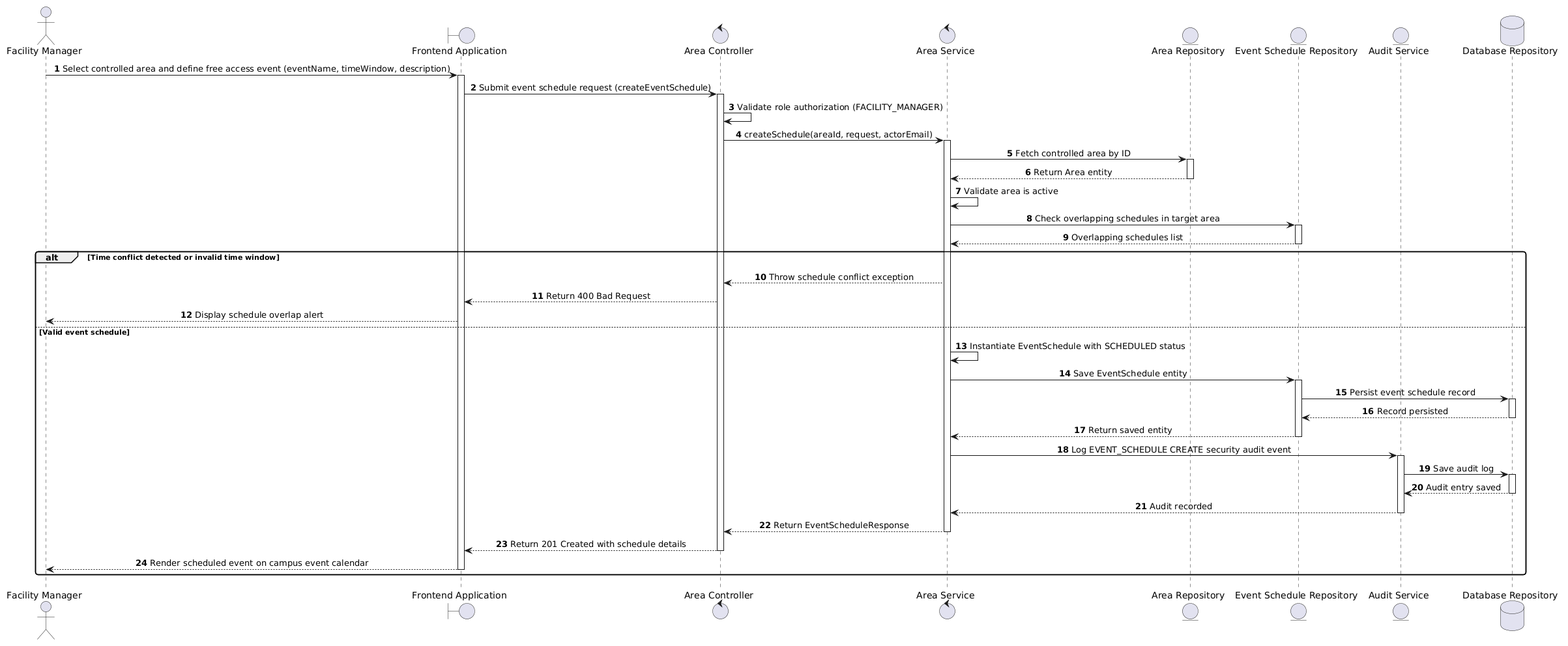
This is docs/diagrams/seq_3.9.1.png from AnhHao2505/AI-Based-Intelligent-Campus-Security-Surveillance-System, a PlantUML export, as it was before one commit.
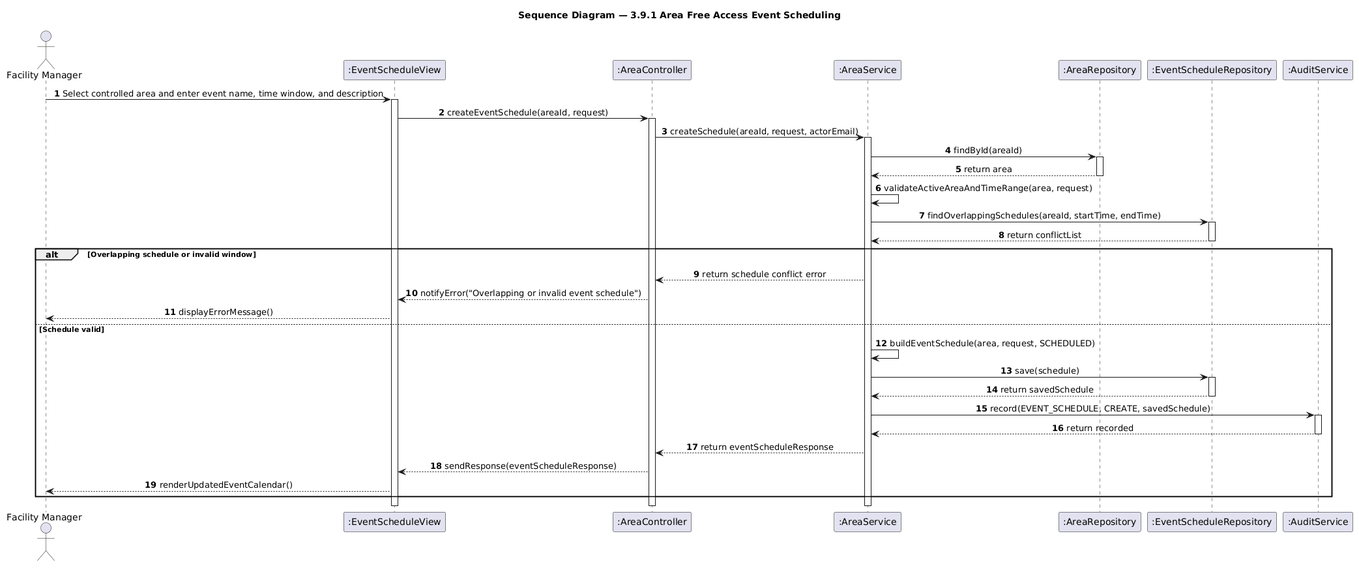
The same file after the commit.

What changed in the source:
```diff
@@ -1,70 +1,55 @@
 @startuml
 skinparam shadowing false
-skinparam monochrome false
-skinparam roundcorner 8
-skinparam defaultFontName Arial
 skinparam sequenceMessageAlign center
-
 autonumber
 
+title Sequence Diagram — 3.9.1 Area Free Access Event Scheduling
+
 actor "Facility Manager" as FM
-boundary "Frontend Application" as App
-control "Area Controller" as Controller
-control "Area Service" as Service
-entity "Area Repository" as AreaRepo
-entity "Event Schedule Repository" as ScheduleRepo
-entity "Audit Service" as Audit
-database "Database Repository" as DB
+participant ":EventScheduleView" as View
+participant ":AreaController" as Controller
+participant ":AreaService" as Service
+participant ":AreaRepository" as AreaRepo
+participant ":EventScheduleRepository" as ScheduleRepo
+participant ":AuditService" as Audit
 
-FM -> App : Select controlled area and define free access event (eventName, timeWindow, description)
-activate App
-App -> Controller : Submit event schedule request (createEventSchedule)
+FM -> View : Select controlled area and enter event name, time window, and description
+activate View
+View -> Controller : createEventSchedule(areaId, request)
 activate Controller
-
-Controller -> Controller : Validate role authorization (FACILITY_MANAGER)
 Controller -> Service : createSchedule(areaId, request, actorEmail)
 activate Service
 
-Service -> AreaRepo : Fetch controlled area by ID
+Service -> AreaRepo : findById(areaId)
 activate AreaRepo
-AreaRepo --> Service : Return Area entity
+AreaRepo --> Service : return area
 deactivate AreaRepo
 
-Service -> Service : Validate area is active
-Service -> ScheduleRepo : Check overlapping schedules in target area
+Service -> Service : validateActiveAreaAndTimeRange(area, request)
+Service -> ScheduleRepo : findOverlappingSchedules(areaId, startTime, endTime)
 activate ScheduleRepo
-ScheduleRepo --> Service : Overlapping schedules list
+ScheduleRepo --> Service : return conflictList
 deactivate ScheduleRepo
 
-alt Time conflict detected or invalid time window
-    Service --> Controller : Throw schedule conflict exception
-    Controller --> App : Return 400 Bad Request
-    App --> FM : Display schedule overlap alert
-else Valid event schedule
-    Service -> Service : Instantiate EventSchedule with SCHEDULED status
-    Service -> ScheduleRepo : Save EventSchedule entity
+alt Overlapping schedule or invalid window
+    Service --> Controller : return schedule conflict error
+    Controller --> View : notifyError("Overlapping or invalid event schedule")
+    View --> FM : displayErrorMessage()
+else Schedule valid
+    Service -> Service : buildEventSchedule(area, request, SCHEDULED)
+    Service -> ScheduleRepo : save(schedule)
     activate ScheduleRepo
-    ScheduleRepo -> DB : Persist event schedule record
-    activate DB
-    DB --> ScheduleRepo : Record persisted
-    deactivate DB
-    ScheduleRepo --> Service : Return saved entity
+    ScheduleRepo --> Service : return savedSchedule
     deactivate ScheduleRepo
-
-    Service -> Audit : Log EVENT_SCHEDULE CREATE security audit event
+    Service -> Audit : record(EVENT_SCHEDULE, CREATE, savedSchedule)
     activate Audit
-    Audit -> DB : Save audit log
-    activate DB
-    DB --> Audit : Audit entry saved
-    deactivate DB
-    Audit --> Service : Audit recorded
+    Audit --> Service : return recorded
     deactivate Audit
-
-    Service --> Controller : Return EventScheduleResponse
-    deactivate Service
-    Controller --> App : Return 201 Created with schedule details
-    deactivate Controller
-    App --> FM : Render scheduled event on campus event calendar
-    deactivate App
+    Service --> Controller : return eventScheduleResponse
+    Controller --> View : sendResponse(eventScheduleResponse)
+    View --> FM : renderUpdatedEventCalendar()
 end
+deactivate Service
+deactivate Controller
+deactivate View
 @enduml
```
